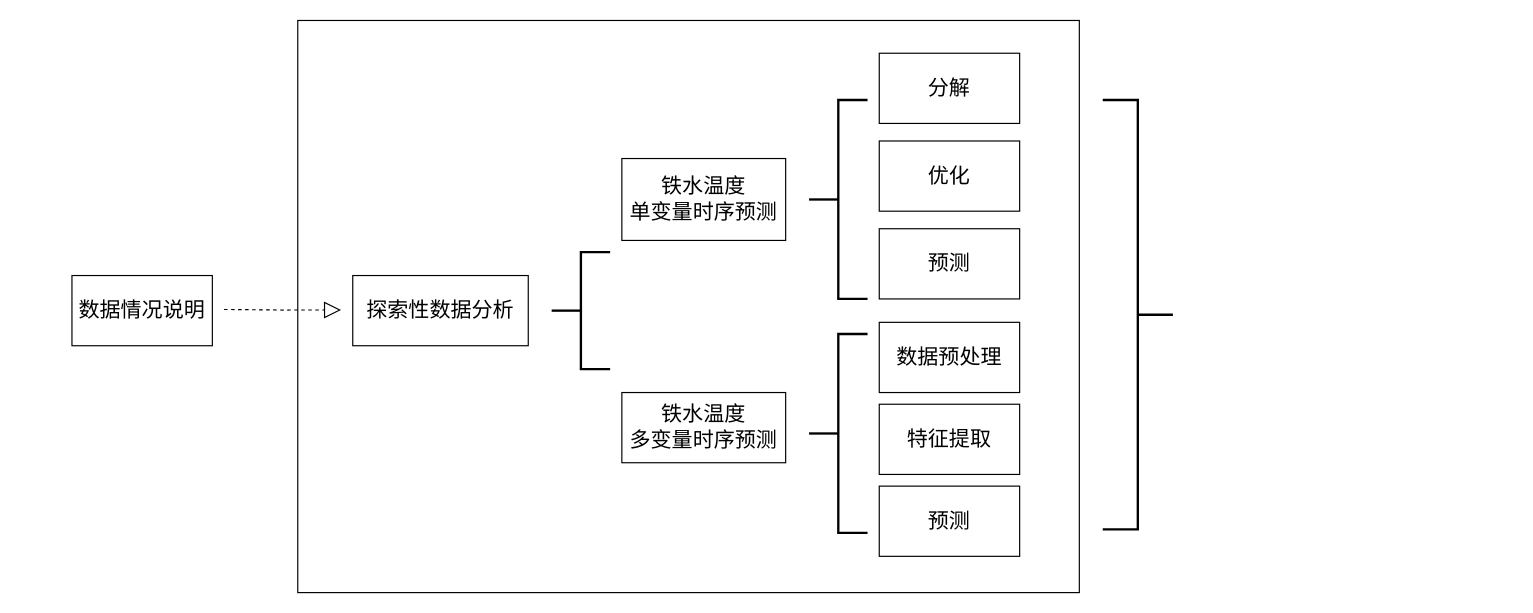
Earlier version of the draw.io diagram ThirdSection/未命名绘图.drawio (shengyaguniang/PyTorchDocs). Source tidied: cells renumbered, new cells numbered last; positions are measured from the earlier drawing's top-left corner, leaving out a move shared by most shapes. Both pictures are drawn from the tidied source at 117%, with x=0, y=0 at pixel (71, 20).
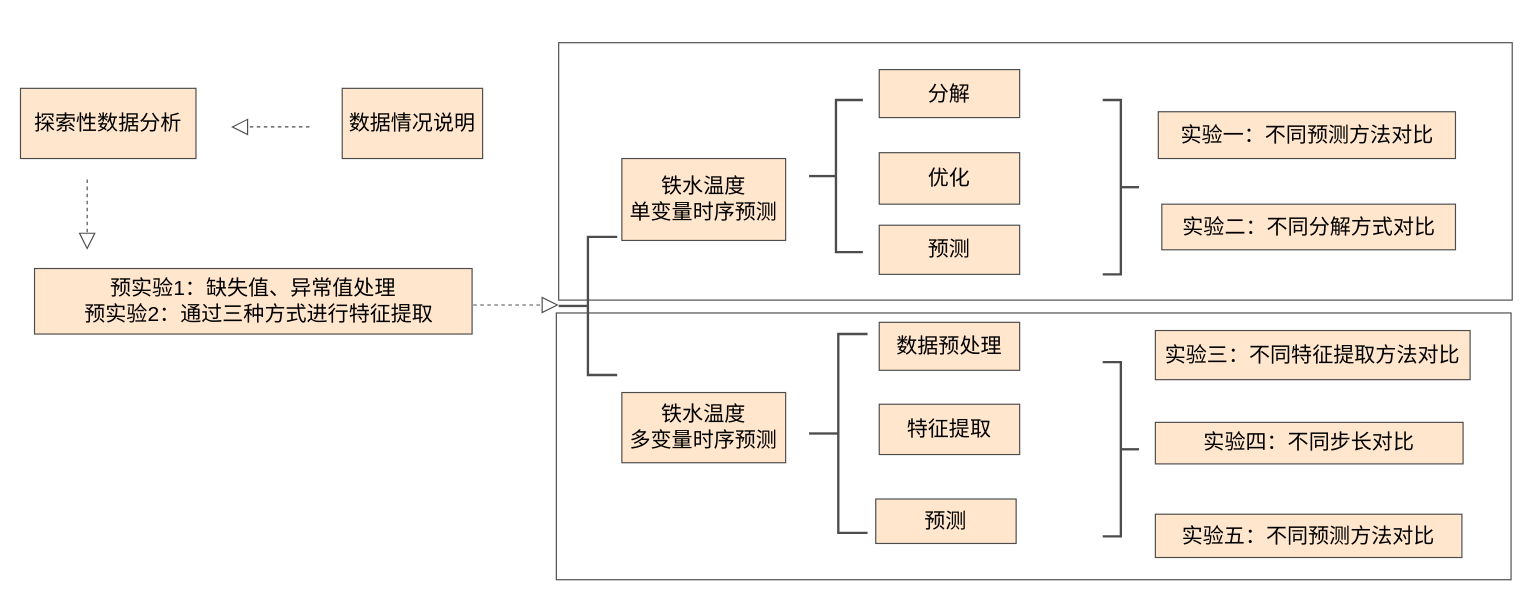
Above is the later version.

Commit message:
更新未命名绘图.drawio

Change to the diagram source:
```diff
@@
-<mxGraphModel>
+<mxGraphModel background="#ffffff">
@@
+    <mxCell id="18" style="rounded=0;whiteSpace=wrap;html=1;strokeColor=#4d4d4d;" parent="1" vertex="1">
+      <mxGeometry x="414" y="250" width="816" height="228" as="geometry" />
+    </mxCell>
-    <mxCell id="2" style="rounded=0;whiteSpace=wrap;html=1;" parent="1" vertex="1">
-      <mxGeometry x="193" width="668" height="489" as="geometry" />
+    <mxCell id="2" style="rounded=0;whiteSpace=wrap;html=1;strokeColor=#4d4d4d;" parent="1" vertex="1">
+      <mxGeometry x="416" y="19" width="815" height="220" as="geometry" />
     </mxCell>
-    <mxCell id="3" value="&lt;font style=&quot;font-size: 18px;&quot;&gt;铁水温度&lt;br&gt;单变量时序预测&lt;/font&gt;" style="rounded=0;whiteSpace=wrap;html=1;" parent="1" vertex="1">
+    <mxCell id="3" value="&lt;font style=&quot;font-size: 18px;&quot;&gt;铁水温度&lt;br&gt;单变量时序预测&lt;/font&gt;" style="rounded=0;whiteSpace=wrap;html=1;strokeColor=#4d4d4d;fillColor=#ffe6cc;" parent="1" vertex="1">
       <mxGeometry x="470" y="118" width="140" height="70" as="geometry" />
     </mxCell>
-    <mxCell id="4" value="&lt;font style=&quot;font-size: 18px;&quot;&gt;铁水温度&lt;br&gt;多变量时序预测&lt;/font&gt;" style="rounded=0;whiteSpace=wrap;html=1;" parent="1" vertex="1">
+    <mxCell id="4" value="&lt;font style=&quot;font-size: 18px;&quot;&gt;铁水温度&lt;br&gt;多变量时序预测&lt;/font&gt;" style="rounded=0;whiteSpace=wrap;html=1;strokeColor=#4d4d4d;fillColor=#ffe6cc;" parent="1" vertex="1">
       <mxGeometry x="470" y="318" width="140" height="60" as="geometry" />
     </mxCell>
-    <mxCell id="5" style="strokeWidth=2;html=1;shape=mxgraph.flowchart.annotation_2;align=left;labelPosition=right;" parent="1" vertex="1">
-      <mxGeometry x="630" y="68" width="50" height="170" as="geometry" />
+    <mxCell id="5" style="strokeWidth=2;html=1;shape=mxgraph.flowchart.annotation_2;align=left;labelPosition=right;strokeColor=#4d4d4d;" parent="1" vertex="1">
+      <mxGeometry x="630" y="68" width="46" height="130" as="geometry" />
     </mxCell>
-    <mxCell id="6" value="&lt;font style=&quot;font-size: 18px;&quot;&gt;分解&lt;/font&gt;" style="rounded=0;whiteSpace=wrap;html=1;" parent="1" vertex="1">
-      <mxGeometry x="690" y="28" width="120" height="60" as="geometry" />
+    <mxCell id="6" value="&lt;font style=&quot;font-size: 18px;&quot;&gt;分解&lt;/font&gt;" style="rounded=0;whiteSpace=wrap;html=1;strokeColor=#4d4d4d;fillColor=#ffe6cc;" parent="1" vertex="1">
+      <mxGeometry x="690" y="42" width="120" height="41" as="geometry" />
     </mxCell>
-    <mxCell id="7" value="&lt;span style=&quot;font-size: 18px;&quot;&gt;优化&lt;/span&gt;" style="rounded=0;whiteSpace=wrap;html=1;" parent="1" vertex="1">
-      <mxGeometry x="690" y="103" width="120" height="60" as="geometry" />
+    <mxCell id="7" value="&lt;span style=&quot;font-size: 18px;&quot;&gt;优化&lt;/span&gt;" style="rounded=0;whiteSpace=wrap;html=1;strokeColor=#4d4d4d;fillColor=#ffe6cc;" parent="1" vertex="1">
+      <mxGeometry x="690" y="113" width="120" height="44" as="geometry" />
     </mxCell>
-    <mxCell id="8" value="&lt;span style=&quot;font-size: 18px;&quot;&gt;预测&lt;/span&gt;" style="rounded=0;whiteSpace=wrap;html=1;" parent="1" vertex="1">
-      <mxGeometry x="690" y="178" width="120" height="60" as="geometry" />
+    <mxCell id="8" value="&lt;span style=&quot;font-size: 18px;&quot;&gt;预测&lt;/span&gt;" style="rounded=0;whiteSpace=wrap;html=1;strokeColor=#4d4d4d;fillColor=#ffe6cc;" parent="1" vertex="1">
+      <mxGeometry x="690" y="175" width="120" height="42" as="geometry" />
     </mxCell>
-    <mxCell id="9" style="strokeWidth=2;html=1;shape=mxgraph.flowchart.annotation_2;align=left;labelPosition=right;" parent="1" vertex="1">
+    <mxCell id="9" style="strokeWidth=2;html=1;shape=mxgraph.flowchart.annotation_2;align=left;labelPosition=right;strokeColor=#4d4d4d;" parent="1" vertex="1">
       <mxGeometry x="630" y="268" width="50" height="170" as="geometry" />
     </mxCell>
-    <mxCell id="10" value="&lt;span style=&quot;font-size: 18px;&quot;&gt;数据预处理&lt;/span&gt;" style="rounded=0;whiteSpace=wrap;html=1;" parent="1" vertex="1">
-      <mxGeometry x="690" y="258" width="120" height="60" as="geometry" />
+    <mxCell id="10" value="&lt;span style=&quot;font-size: 18px;&quot;&gt;数据预处理&lt;/span&gt;" style="rounded=0;whiteSpace=wrap;html=1;strokeColor=#4d4d4d;fillColor=#ffe6cc;" parent="1" vertex="1">
+      <mxGeometry x="690" y="258" width="120" height="41" as="geometry" />
     </mxCell>
-    <mxCell id="11" value="&lt;span style=&quot;font-size: 18px;&quot;&gt;特征提取&lt;/span&gt;" style="rounded=0;whiteSpace=wrap;html=1;" parent="1" vertex="1">
-      <mxGeometry x="690" y="328" width="120" height="60" as="geometry" />
+    <mxCell id="11" value="&lt;span style=&quot;font-size: 18px;&quot;&gt;特征提取&lt;/span&gt;" style="rounded=0;whiteSpace=wrap;html=1;strokeColor=#4d4d4d;fillColor=#ffe6cc;" parent="1" vertex="1">
+      <mxGeometry x="690" y="328" width="120" height="43" as="geometry" />
     </mxCell>
-    <mxCell id="12" value="&lt;span style=&quot;font-size: 18px;&quot;&gt;预测&lt;/span&gt;" style="rounded=0;whiteSpace=wrap;html=1;" parent="1" vertex="1">
-      <mxGeometry x="690" y="398" width="120" height="60" as="geometry" />
+    <mxCell id="12" value="&lt;span style=&quot;font-size: 18px;&quot;&gt;预测&lt;/span&gt;" style="rounded=0;whiteSpace=wrap;html=1;strokeColor=#4d4d4d;fillColor=#ffe6cc;" parent="1" vertex="1">
+      <mxGeometry x="687" y="409" width="120" height="38" as="geometry" />
     </mxCell>
-    <mxCell id="13" value="&lt;font style=&quot;font-size: 18px;&quot;&gt;探索性数据分析&lt;/font&gt;" style="rounded=0;whiteSpace=wrap;html=1;" parent="1" vertex="1">
-      <mxGeometry x="240" y="218" width="150" height="60" as="geometry" />
+    <mxCell id="13" value="&lt;font style=&quot;font-size: 18px;&quot;&gt;探索性数据分析&lt;/font&gt;" style="rounded=0;whiteSpace=wrap;html=1;strokeColor=#4d4d4d;fillColor=#ffe6cc;" parent="1" vertex="1">
+      <mxGeometry x="-44" y="58" width="150" height="60" as="geometry" />
     </mxCell>
-    <mxCell id="14" style="strokeWidth=2;html=1;shape=mxgraph.flowchart.annotation_2;align=left;labelPosition=right;" parent="1" vertex="1">
-      <mxGeometry x="410" y="198" width="50" height="100" as="geometry" />
+    <mxCell id="14" style="strokeWidth=2;html=1;shape=mxgraph.flowchart.annotation_2;align=left;labelPosition=right;strokeColor=#4d4d4d;" parent="1" vertex="1">
+      <mxGeometry x="416" y="185" width="50" height="118" as="geometry" />
     </mxCell>
-    <mxCell id="15" value="&lt;font style=&quot;font-size: 18px;&quot;&gt;数据情况说明&lt;/font&gt;" style="rounded=0;whiteSpace=wrap;html=1;" parent="1" vertex="1">
-      <mxGeometry y="218" width="120" height="60" as="geometry" />
+    <mxCell id="15" value="&lt;font style=&quot;font-size: 18px;&quot;&gt;数据情况说明&lt;/font&gt;" style="rounded=0;whiteSpace=wrap;html=1;strokeColor=#4d4d4d;fillColor=#ffe6cc;" parent="1" vertex="1">
+      <mxGeometry x="231" y="58" width="120" height="60" as="geometry" />
     </mxCell>
-    <mxCell id="16" style="endArrow=block;dashed=1;endFill=0;endSize=12;html=1;rounded=0;edgeStyle=orthogonalEdgeStyle;" parent="1" edge="1">
-      <mxGeometry relative="1" as="geometry">
-        <mxPoint x="130" y="247" as="sourcePoint" />
-        <mxPoint x="230" y="247.4" as="targetPoint" />
-      </mxGeometry>
-    </mxCell>
-    <mxCell id="17" style="strokeWidth=2;html=1;shape=mxgraph.flowchart.annotation_2;align=left;labelPosition=right;rotation=-180;" parent="1" vertex="1">
-      <mxGeometry x="881" y="68" width="60" height="367" as="geometry" />
+    <mxCell id="17" style="strokeWidth=2;html=1;shape=mxgraph.flowchart.annotation_2;align=left;labelPosition=right;rotation=-180;strokeColor=#4d4d4d;" parent="1" vertex="1">
+      <mxGeometry x="881" y="68" width="31" height="149" as="geometry" />
     </mxCell>
+    <mxCell id="19" value="&lt;font style=&quot;font-size: 18px;&quot;&gt;实验一：不同预测方法对比&lt;/font&gt;" style="rounded=0;whiteSpace=wrap;html=1;strokeColor=#4d4d4d;fillColor=#ffe6cc;" parent="1" vertex="1">
+      <mxGeometry x="928.5" y="78" width="254" height="40" as="geometry" />
+    </mxCell>
+    <mxCell id="20" value="&lt;font style=&quot;font-size: 18px;&quot;&gt;实验二：不同分解方式对比&lt;/font&gt;" style="rounded=0;whiteSpace=wrap;html=1;strokeColor=#4d4d4d;fillColor=#ffe6cc;" parent="1" vertex="1">
+      <mxGeometry x="931.5" y="157" width="251" height="39" as="geometry" />
+    </mxCell>
+    <mxCell id="21" style="strokeWidth=2;html=1;shape=mxgraph.flowchart.annotation_2;align=left;labelPosition=right;rotation=-180;strokeColor=#4d4d4d;" parent="1" vertex="1">
+      <mxGeometry x="881" y="292" width="31" height="149" as="geometry" />
+    </mxCell>
+    <mxCell id="22" value="&lt;font style=&quot;font-size: 18px;&quot;&gt;实验三：不同特征提取方法对比&lt;/font&gt;" style="rounded=0;whiteSpace=wrap;html=1;strokeColor=#4d4d4d;fillColor=#ffe6cc;" parent="1" vertex="1">
+      <mxGeometry x="926" y="265" width="269" height="42" as="geometry" />
+    </mxCell>
+    <mxCell id="23" value="&lt;font style=&quot;font-size: 18px;&quot;&gt;实验四：不同步长对比&lt;/font&gt;" style="rounded=0;whiteSpace=wrap;html=1;strokeColor=#4d4d4d;fillColor=#ffe6cc;" parent="1" vertex="1">
+      <mxGeometry x="926" y="343.5" width="263" height="35.5" as="geometry" />
+    </mxCell>
+    <mxCell id="24" value="&lt;font style=&quot;font-size: 18px;&quot;&gt;实验五：不同预测方法对比&lt;/font&gt;" style="rounded=0;whiteSpace=wrap;html=1;strokeColor=#4d4d4d;fillColor=#ffe6cc;" parent="1" vertex="1">
+      <mxGeometry x="926" y="422" width="262" height="37" as="geometry" />
+    </mxCell>
+    <mxCell id="25" value="&lt;font style=&quot;font-size: 18px;&quot;&gt;&amp;nbsp;预实验1：缺失值、异常值处理&amp;nbsp; &lt;br&gt;&amp;nbsp; &amp;nbsp; &amp;nbsp; &amp;nbsp;预实验2：通过三种方式进行特征提取&amp;nbsp; &amp;nbsp; &amp;nbsp;&lt;/font&gt;" style="rounded=0;whiteSpace=wrap;html=1;strokeColor=#4d4d4d;fillColor=#ffe6cc;" parent="1" vertex="1">
+      <mxGeometry x="-32" y="212" width="374" height="56" as="geometry" />
+    </mxCell>
+    <mxCell id="26" style="endArrow=block;dashed=1;endFill=0;endSize=12;html=1;rounded=0;edgeStyle=orthogonalEdgeStyle;strokeColor=#4d4d4d;" parent="1" edge="1">
+      <mxGeometry relative="1" as="geometry">
+        <mxPoint x="13" y="136" as="sourcePoint" />
+        <mxPoint x="13" y="196" as="targetPoint" />
+      </mxGeometry>
+    </mxCell>
+    <mxCell id="27" style="endArrow=block;dashed=1;endFill=0;endSize=12;html=1;rounded=0;edgeStyle=orthogonalEdgeStyle;strokeColor=#4d4d4d;" parent="1" edge="1">
+      <mxGeometry relative="1" as="geometry">
+        <mxPoint x="343" y="243.2" as="sourcePoint" />
+        <mxPoint x="416" y="243.2" as="targetPoint" />
+      </mxGeometry>
+    </mxCell>
+    <mxCell id="28" style="endArrow=block;dashed=1;endFill=0;endSize=12;html=1;rounded=0;edgeStyle=orthogonalEdgeStyle;strokeColor=#4d4d4d;" parent="1" edge="1">
+      <mxGeometry relative="1" as="geometry">
+        <mxPoint x="203" y="91" as="sourcePoint" />
+        <mxPoint x="136" y="91" as="targetPoint" />
+      </mxGeometry>
+    </mxCell>
```
